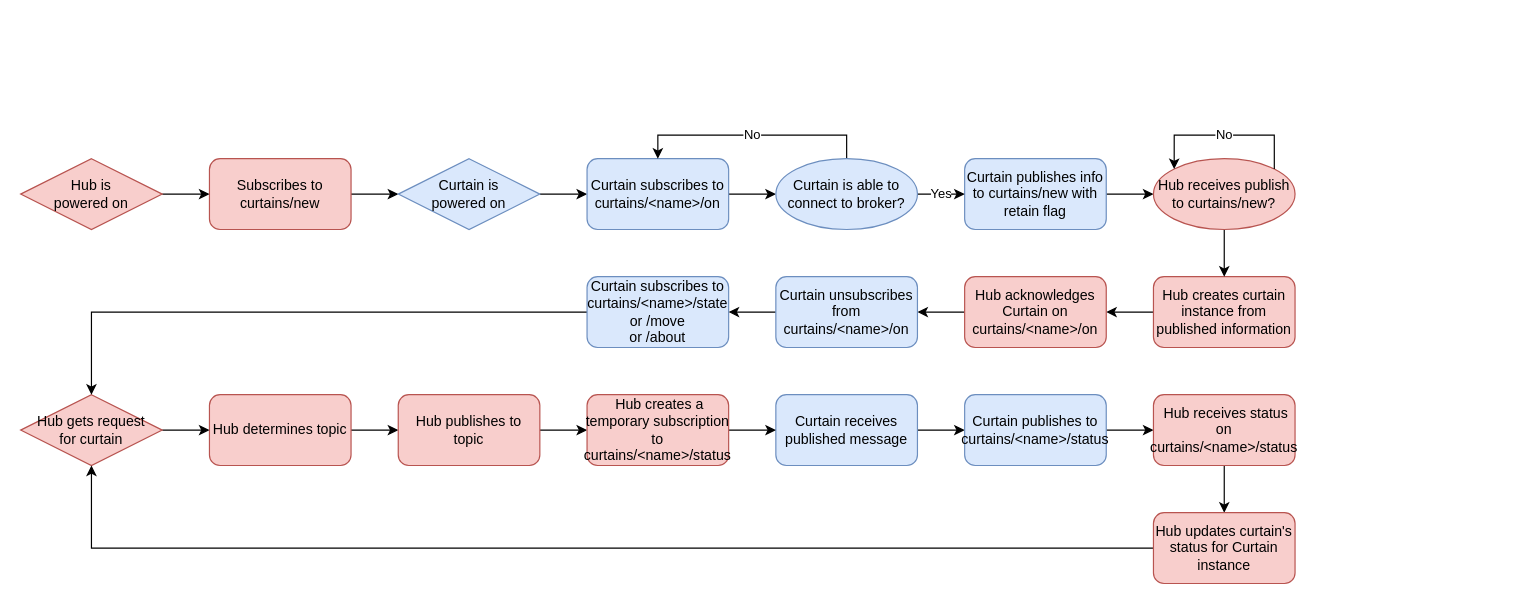
Above: Documentation/DrawIO/MQTTStateDiagram.drawio in MPZinke/SmartCurtain (draw.io), before the change. Source tidied: cells renumbered, new cells numbered last; positions are measured from the earlier drawing's top-left corner, leaving out a move shared by most shapes. Both pictures are drawn from the tidied source at 118%, with x=0, y=0 at pixel (20, 135).
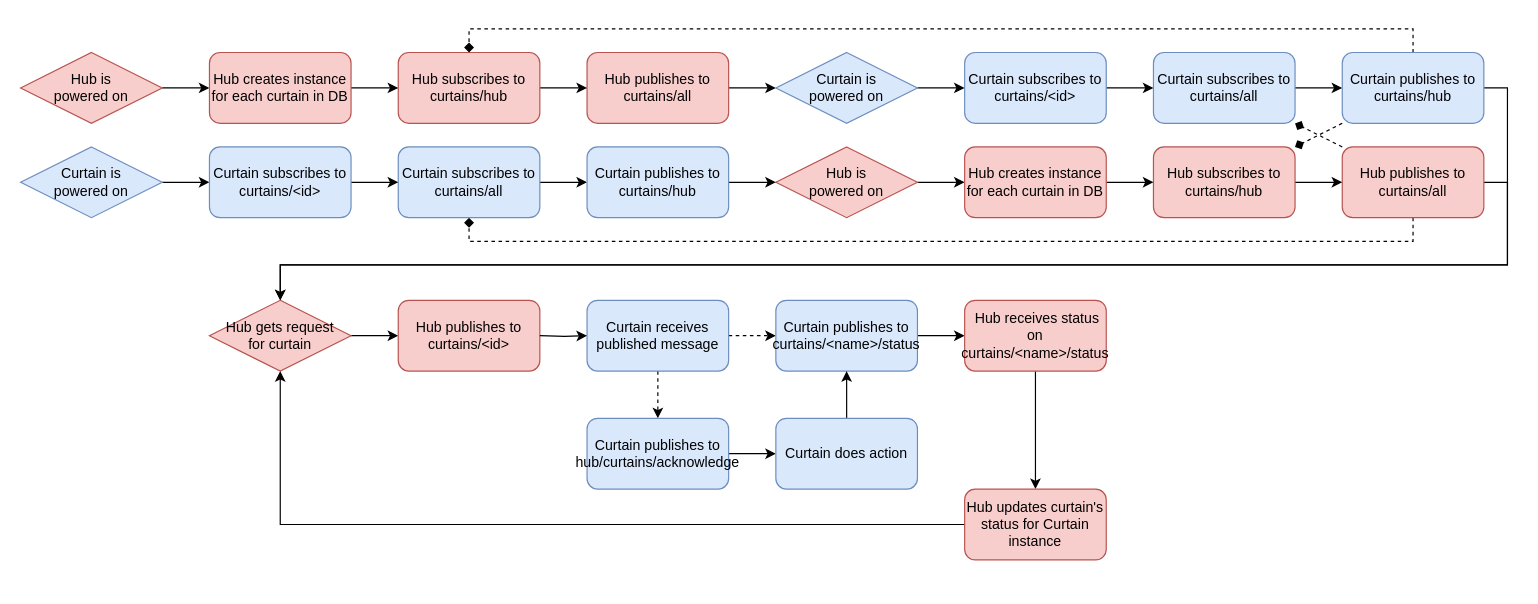
The same diagram, later.

Commit message:
Simplifies MQTT communication

Change to the diagram source:
```diff
@@
-    <mxCell id="3" value="Subscribes to curtains/new" style="rounded=1;whiteSpace=wrap;html=1;fillColor=#f8cecc;strokeColor=#b85450;" parent="1" vertex="1">
-      <mxGeometry x="160" y="20" width="120" height="60" as="geometry" />
+    <mxCell id="3" value="Hub publishes to&lt;br&gt;curtains/all" style="rounded=1;whiteSpace=wrap;html=1;fillColor=#f8cecc;strokeColor=#b85450;" parent="1" vertex="1">
+      <mxGeometry x="480" y="-70" width="120" height="60" as="geometry" />
     </mxCell>
-    <mxCell id="4" style="edgeStyle=orthogonalEdgeStyle;rounded=0;jettySize=auto;html=1;exitX=1;exitY=0.5;exitDx=0;exitDy=0;entryX=0;entryY=0.5;entryDx=0;entryDy=0;" parent="1" edge="1" source="5" target="27">
-      <mxGeometry relative="1" as="geometry" />
-    </mxCell>
-    <mxCell id="5" value="Curtain publishes info to curtains/new with retain flag" style="rounded=1;whiteSpace=wrap;html=1;fillColor=#dae8fc;strokeColor=#6c8ebf;" parent="1" vertex="1">
-      <mxGeometry x="800" y="20" width="120" height="60" as="geometry" />
-    </mxCell>
-    <mxCell id="6" style="edgeStyle=orthogonalEdgeStyle;rounded=0;jettySize=auto;html=1;exitX=1;exitY=0.5;exitDx=0;exitDy=0;entryX=0;entryY=0.5;entryDx=0;entryDy=0;" parent="1" edge="1" source="7" target="15">
-      <mxGeometry relative="1" as="geometry" />
-    </mxCell>
-    <mxCell id="7" value="Hub determines topic" style="rounded=1;whiteSpace=wrap;html=1;fillColor=#f8cecc;strokeColor=#b85450;" parent="1" vertex="1">
-      <mxGeometry x="160" y="220" width="120" height="60" as="geometry" />
-    </mxCell>
-    <mxCell id="8" style="edgeStyle=orthogonalEdgeStyle;rounded=0;jettySize=auto;html=1;exitX=1;exitY=0.5;exitDx=0;exitDy=0;entryX=0;entryY=0.5;entryDx=0;entryDy=0;" parent="1" edge="1" source="9" target="7">
-      <mxGeometry relative="1" as="geometry" />
+    <mxCell id="8" style="edgeStyle=orthogonalEdgeStyle;rounded=0;jettySize=auto;html=1;exitX=1;exitY=0.5;exitDx=0;exitDy=0;entryX=0;entryY=0.5;entryDx=0;entryDy=0;" parent="1" edge="1" source="9">
+      <mxGeometry relative="1" as="geometry">
+        <mxPoint x="320" y="170" as="targetPoint" />
+      </mxGeometry>
     </mxCell>
     <mxCell id="9" value="Hub gets request&lt;br&gt;for curtain" style="rhombus;whiteSpace=wrap;html=1;fillColor=#f8cecc;strokeColor=#b85450;" parent="1" vertex="1">
-      <mxGeometry y="220" width="120" height="60" as="geometry" />
+      <mxGeometry x="160" y="140" width="120" height="60" as="geometry" />
     </mxCell>
-    <mxCell id="10" style="edgeStyle=orthogonalEdgeStyle;rounded=0;jettySize=auto;html=1;exitX=1;exitY=0.5;exitDx=0;exitDy=0;entryX=0;entryY=0.5;entryDx=0;entryDy=0;" parent="1" edge="1" source="11" target="3">
-      <mxGeometry relative="1" as="geometry" />
-    </mxCell>
+    <mxCell id="42" style="edgeStyle=orthogonalEdgeStyle;rounded=0;jettySize=auto;html=1;exitX=1;exitY=0.5;exitDx=0;exitDy=0;entryX=0;entryY=0.5;entryDx=0;entryDy=0;" parent="1" edge="1" source="11" target="48">
+      <mxGeometry relative="1" as="geometry" />
+    </mxCell>
     <mxCell id="11" value="Hub is &lt;br&gt;powered on" style="rhombus;whiteSpace=wrap;html=1;fillColor=#f8cecc;strokeColor=#b85450;" parent="1" vertex="1">
-      <mxGeometry y="20" width="120" height="60" as="geometry" />
+      <mxGeometry y="-70" width="120" height="60" as="geometry" />
     </mxCell>
-    <mxCell id="12" style="edgeStyle=orthogonalEdgeStyle;rounded=0;jettySize=auto;html=1;exitX=1;exitY=0.5;exitDx=0;exitDy=0;entryX=0;entryY=0.5;entryDx=0;entryDy=0;" parent="1" edge="1" source="13" target="23">
-      <mxGeometry relative="1" as="geometry" />
-    </mxCell>
+    <mxCell id="43" style="edgeStyle=orthogonalEdgeStyle;rounded=0;jettySize=auto;html=1;exitX=1;exitY=0.5;exitDx=0;exitDy=0;entryX=0;entryY=0.5;entryDx=0;entryDy=0;" parent="1" edge="1" source="13" target="71">
+      <mxGeometry relative="1" as="geometry" />
+    </mxCell>
     <mxCell id="13" value="Curtain is&lt;br&gt;powered on" style="rhombus;whiteSpace=wrap;html=1;fillColor=#dae8fc;strokeColor=#6c8ebf;" parent="1" vertex="1">
-      <mxGeometry x="320" y="20" width="120" height="60" as="geometry" />
+      <mxGeometry x="640" y="-70" width="120" height="60" as="geometry" />
     </mxCell>
-    <mxCell id="14" style="edgeStyle=orthogonalEdgeStyle;rounded=0;jettySize=auto;html=1;exitX=1;exitY=0.5;exitDx=0;exitDy=0;entryX=0;entryY=0.5;entryDx=0;entryDy=0;" parent="1" edge="1" source="15" target="33">
-      <mxGeometry relative="1" as="geometry" />
-    </mxCell>
-    <mxCell id="15" value="Hub publishes to topic" style="rounded=1;whiteSpace=wrap;html=1;fillColor=#f8cecc;strokeColor=#b85450;" parent="1" vertex="1">
-      <mxGeometry x="320" y="220" width="120" height="60" as="geometry" />
+    <mxCell id="15" value="Hub publishes to curtains/&amp;lt;id&amp;gt;" style="rounded=1;whiteSpace=wrap;html=1;fillColor=#f8cecc;strokeColor=#b85450;" parent="1" vertex="1">
+      <mxGeometry x="320" y="140" width="120" height="60" as="geometry" />
     </mxCell>
+    <mxCell id="44" style="edgeStyle=orthogonalEdgeStyle;rounded=0;jettySize=auto;html=1;exitX=0.5;exitY=1;exitDx=0;exitDy=0;entryX=0.5;entryY=0;entryDx=0;entryDy=0;dashed=1;" parent="1" edge="1" source="17" target="75">
+      <mxGeometry relative="1" as="geometry" />
+    </mxCell>
-    <mxCell id="16" style="edgeStyle=orthogonalEdgeStyle;rounded=0;jettySize=auto;html=1;exitX=1;exitY=0.5;exitDx=0;exitDy=0;entryX=0;entryY=0.5;entryDx=0;entryDy=0;" parent="1" edge="1" source="17" target="35">
+    <mxCell id="16" style="edgeStyle=orthogonalEdgeStyle;rounded=0;jettySize=auto;html=1;exitX=1;exitY=0.5;exitDx=0;exitDy=0;entryX=0;entryY=0.5;entryDx=0;entryDy=0;dashed=1;" parent="1" edge="1" source="17" target="35">
       <mxGeometry relative="1" as="geometry" />
     </mxCell>
     <mxCell id="17" value="Curtain receives published message" style="rounded=1;whiteSpace=wrap;html=1;fillColor=#dae8fc;strokeColor=#6c8ebf;" parent="1" vertex="1">
-      <mxGeometry x="640" y="220" width="120" height="60" as="geometry" />
+      <mxGeometry x="480" y="140" width="120" height="60" as="geometry" />
     </mxCell>
-    <mxCell id="18" style="edgeStyle=orthogonalEdgeStyle;rounded=0;jettySize=auto;html=1;exitX=0;exitY=0.5;exitDx=0;exitDy=0;entryX=1;entryY=0.5;entryDx=0;entryDy=0;" parent="1" edge="1" source="19" target="21">
-      <mxGeometry relative="1" as="geometry" />
-    </mxCell>
-    <mxCell id="19" value="Hub creates curtain instance from published information" style="rounded=1;whiteSpace=wrap;html=1;fillColor=#f8cecc;strokeColor=#b85450;" parent="1" vertex="1">
-      <mxGeometry x="960" y="120" width="120" height="60" as="geometry" />
-    </mxCell>
-    <mxCell id="20" style="edgeStyle=orthogonalEdgeStyle;rounded=0;jettySize=auto;html=1;exitX=0;exitY=0.5;exitDx=0;exitDy=0;entryX=1;entryY=0.5;entryDx=0;entryDy=0;" parent="1" edge="1" source="21" target="41">
-      <mxGeometry relative="1" as="geometry" />
-    </mxCell>
-    <mxCell id="21" value="Hub acknowledges Curtain on curtains/&amp;lt;name&amp;gt;/on" style="rounded=1;whiteSpace=wrap;html=1;fillColor=#f8cecc;strokeColor=#b85450;" parent="1" vertex="1">
-      <mxGeometry x="800" y="120" width="120" height="60" as="geometry" />
-    </mxCell>
-    <mxCell id="22" style="edgeStyle=orthogonalEdgeStyle;rounded=0;jettySize=auto;html=1;exitX=1;exitY=0.5;exitDx=0;exitDy=0;entryX=0;entryY=0.5;entryDx=0;entryDy=0;" parent="1" edge="1" source="23" target="30">
-      <mxGeometry relative="1" as="geometry" />
-    </mxCell>
-    <mxCell id="23" value="Curtain subscribes to&lt;br&gt;curtains/&amp;lt;name&amp;gt;/on" style="rounded=1;whiteSpace=wrap;html=1;fillColor=#dae8fc;strokeColor=#6c8ebf;" parent="1" vertex="1">
-      <mxGeometry x="480" y="20" width="120" height="60" as="geometry" />
-    </mxCell>
-    <mxCell id="24" style="edgeStyle=orthogonalEdgeStyle;rounded=0;jettySize=auto;html=1;exitX=0;exitY=0.5;exitDx=0;exitDy=0;entryX=0.5;entryY=0;entryDx=0;entryDy=0;" parent="1" edge="1" source="25" target="9">
-      <mxGeometry relative="1" as="geometry" />
+    <mxCell id="24" style="edgeStyle=orthogonalEdgeStyle;rounded=0;jettySize=auto;html=1;entryX=0.5;entryY=0;entryDx=0;entryDy=0;exitX=1;exitY=0.5;exitDx=0;exitDy=0;" parent="1" edge="1" source="57" target="9">
+      <mxGeometry relative="1" as="geometry">
+        <Array as="points">
+          <mxPoint x="1260" y="40" />
+          <mxPoint x="1260" y="110" />
+          <mxPoint x="220" y="110" />
+        </Array>
+      </mxGeometry>
     </mxCell>
-    <mxCell id="25" value="Curtain subscribes to curtains/&amp;lt;name&amp;gt;/state&lt;br&gt;or /move&lt;br&gt;or /about" style="rounded=1;whiteSpace=wrap;html=1;fillColor=#dae8fc;strokeColor=#6c8ebf;" parent="1" vertex="1">
-      <mxGeometry x="480" y="120" width="120" height="60" as="geometry" />
-    </mxCell>
-    <mxCell id="26" style="edgeStyle=orthogonalEdgeStyle;rounded=0;jettySize=auto;html=1;exitX=0.5;exitY=1;exitDx=0;exitDy=0;entryX=0.5;entryY=0;entryDx=0;entryDy=0;" parent="1" edge="1" source="27" target="19">
-      <mxGeometry relative="1" as="geometry" />
-    </mxCell>
-    <mxCell id="27" value="Hub receives publish to curtains/new?" style="ellipse;whiteSpace=wrap;html=1;fillColor=#f8cecc;strokeColor=#b85450;" parent="1" vertex="1">
-      <mxGeometry x="960" y="20" width="120" height="60" as="geometry" />
-    </mxCell>
-    <mxCell id="28" value="Yes" style="edgeStyle=orthogonalEdgeStyle;rounded=0;jettySize=auto;html=1;exitX=1;exitY=0.5;exitDx=0;exitDy=0;entryX=0;entryY=0.5;entryDx=0;entryDy=0;" parent="1" edge="1" source="30" target="5">
-      <mxGeometry relative="1" as="geometry" />
-    </mxCell>
-    <mxCell id="29" value="No" style="edgeStyle=orthogonalEdgeStyle;rounded=0;jettySize=auto;html=1;exitX=0.5;exitY=0;exitDx=0;exitDy=0;entryX=0.5;entryY=0;entryDx=0;entryDy=0;" parent="1" edge="1" source="30" target="23">
-      <mxGeometry relative="1" as="geometry" />
-    </mxCell>
-    <mxCell id="30" value="Curtain is able to connect to broker?" style="ellipse;whiteSpace=wrap;html=1;fillColor=#dae8fc;strokeColor=#6c8ebf;" parent="1" vertex="1">
-      <mxGeometry x="640" y="20" width="120" height="60" as="geometry" />
-    </mxCell>
-    <mxCell id="31" value="No" style="edgeStyle=orthogonalEdgeStyle;rounded=0;orthogonalLoop=1;jettySize=auto;html=1;exitX=1;exitY=0;exitDx=0;exitDy=0;entryX=0;entryY=0;entryDx=0;entryDy=0;" parent="1" edge="1" source="27" target="27">
-      <mxGeometry relative="1" as="geometry">
-        <Array as="points">
-          <mxPoint x="1063" />
-          <mxPoint x="977" />
-        </Array>
-      </mxGeometry>
-    </mxCell>
-    <mxCell id="32" style="edgeStyle=orthogonalEdgeStyle;rounded=0;jettySize=auto;html=1;exitX=1;exitY=0.5;exitDx=0;exitDy=0;entryX=0;entryY=0.5;entryDx=0;entryDy=0;" parent="1" edge="1" source="33" target="17">
-      <mxGeometry relative="1" as="geometry" />
+    <mxCell id="32" style="edgeStyle=orthogonalEdgeStyle;rounded=0;jettySize=auto;html=1;exitX=1;exitY=0.5;exitDx=0;exitDy=0;entryX=0;entryY=0.5;entryDx=0;entryDy=0;" parent="1" edge="1" target="17">
+      <mxGeometry relative="1" as="geometry">
+        <mxPoint x="440" y="170" as="sourcePoint" />
+      </mxGeometry>
     </mxCell>
-    <mxCell id="33" value="&amp;nbsp;Hub creates a temporary subscription to curtains/&amp;lt;name&amp;gt;/status" style="rounded=1;whiteSpace=wrap;html=1;fillColor=#f8cecc;strokeColor=#b85450;" parent="1" vertex="1">
-      <mxGeometry x="480" y="220" width="120" height="60" as="geometry" />
-    </mxCell>
@@
     <mxCell id="35" value="Curtain publishes to&lt;br&gt;curtains/&amp;lt;name&amp;gt;/status" style="rounded=1;whiteSpace=wrap;html=1;fillColor=#dae8fc;strokeColor=#6c8ebf;" parent="1" vertex="1">
-      <mxGeometry x="800" y="220" width="120" height="60" as="geometry" />
+      <mxGeometry x="640" y="140" width="120" height="60" as="geometry" />
     </mxCell>
@@
     <mxCell id="37" value="&amp;nbsp;Hub receives status on curtains/&amp;lt;name&amp;gt;/status" style="rounded=1;whiteSpace=wrap;html=1;fillColor=#f8cecc;strokeColor=#b85450;" parent="1" vertex="1">
-      <mxGeometry x="960" y="220" width="120" height="60" as="geometry" />
+      <mxGeometry x="800" y="140" width="120" height="60" as="geometry" />
     </mxCell>
@@
     <mxCell id="39" value="Hub updates curtain's status for Curtain instance" style="rounded=1;whiteSpace=wrap;html=1;fillColor=#f8cecc;strokeColor=#b85450;" parent="1" vertex="1">
-      <mxGeometry x="960" y="320" width="120" height="60" as="geometry" />
+      <mxGeometry x="800" y="300" width="120" height="60" as="geometry" />
     </mxCell>
-    <mxCell id="40" style="edgeStyle=orthogonalEdgeStyle;rounded=0;jettySize=auto;html=1;exitX=0;exitY=0.5;exitDx=0;exitDy=0;entryX=1;entryY=0.5;entryDx=0;entryDy=0;" parent="1" edge="1" source="41" target="25">
-      <mxGeometry relative="1" as="geometry" />
-    </mxCell>
-    <mxCell id="41" value="Curtain unsubscribes from curtains/&amp;lt;name&amp;gt;/on" style="rounded=1;whiteSpace=wrap;html=1;fillColor=#dae8fc;strokeColor=#6c8ebf;" parent="1" vertex="1">
-      <mxGeometry x="640" y="120" width="120" height="60" as="geometry" />
-    </mxCell>
+    <mxCell id="45" style="edgeStyle=orthogonalEdgeStyle;rounded=0;jettySize=auto;html=1;exitX=1;exitY=0.5;exitDx=0;exitDy=0;entryX=0;entryY=0.5;entryDx=0;entryDy=0;" parent="1" edge="1" source="46" target="3">
+      <mxGeometry relative="1" as="geometry" />
+    </mxCell>
+    <mxCell id="46" value="Hub subscribes to curtains/hub" style="rounded=1;whiteSpace=wrap;html=1;fillColor=#f8cecc;strokeColor=#b85450;" parent="1" vertex="1">
+      <mxGeometry x="320" y="-70" width="120" height="60" as="geometry" />
+    </mxCell>
+    <mxCell id="47" style="edgeStyle=orthogonalEdgeStyle;rounded=0;jettySize=auto;html=1;exitX=1;exitY=0.5;exitDx=0;exitDy=0;" parent="1" edge="1" source="48" target="46">
+      <mxGeometry relative="1" as="geometry" />
+    </mxCell>
+    <mxCell id="48" value="Hub creates instance for each curtain in DB" style="rounded=1;whiteSpace=wrap;html=1;fillColor=#f8cecc;strokeColor=#b85450;" parent="1" vertex="1">
+      <mxGeometry x="160" y="-70" width="120" height="60" as="geometry" />
+    </mxCell>
+    <mxCell id="49" style="edgeStyle=orthogonalEdgeStyle;rounded=0;jettySize=auto;html=1;exitX=1;exitY=0.5;exitDx=0;exitDy=0;entryX=0;entryY=0.5;entryDx=0;entryDy=0;" parent="1" edge="1" source="50" target="54">
+      <mxGeometry relative="1" as="geometry" />
+    </mxCell>
+    <mxCell id="50" value="Curtain subscribes to&lt;br&gt;curtains/all" style="rounded=1;whiteSpace=wrap;html=1;fillColor=#dae8fc;strokeColor=#6c8ebf;" parent="1" vertex="1">
+      <mxGeometry x="960" y="-70" width="120" height="60" as="geometry" />
+    </mxCell>
+    <mxCell id="51" style="edgeStyle=orthogonalEdgeStyle;rounded=0;jettySize=auto;html=1;exitX=1;exitY=0.5;exitDx=0;exitDy=0;entryX=0.5;entryY=0;entryDx=0;entryDy=0;" parent="1" edge="1" source="54" target="9">
+      <mxGeometry relative="1" as="geometry">
+        <Array as="points">
+          <mxPoint x="1260" y="-40" />
+          <mxPoint x="1260" y="110" />
+          <mxPoint x="220" y="110" />
+        </Array>
+      </mxGeometry>
+    </mxCell>
+    <mxCell id="52" style="edgeStyle=orthogonalEdgeStyle;rounded=0;jettySize=auto;html=1;exitX=0.5;exitY=0;exitDx=0;exitDy=0;entryX=0.5;entryY=0;entryDx=0;entryDy=0;dashed=1;endArrow=diamond;endFill=1;" parent="1" edge="1" source="54" target="46">
+      <mxGeometry relative="1" as="geometry" />
+    </mxCell>
+    <mxCell id="53" style="rounded=0;jettySize=auto;html=1;entryX=1;entryY=0;entryDx=0;entryDy=0;dashed=1;endArrow=diamond;endFill=1;" parent="1" edge="1" target="63">
+      <mxGeometry relative="1" as="geometry">
+        <mxPoint x="1120" y="-10" as="sourcePoint" />
+      </mxGeometry>
+    </mxCell>
+    <mxCell id="54" value="Curtain publishes to curtains/hub" style="rounded=1;whiteSpace=wrap;html=1;fillColor=#dae8fc;strokeColor=#6c8ebf;" parent="1" vertex="1">
+      <mxGeometry x="1120" y="-70" width="120" height="60" as="geometry" />
+    </mxCell>
+    <mxCell id="55" style="edgeStyle=orthogonalEdgeStyle;rounded=0;jettySize=auto;html=1;exitX=0.5;exitY=1;exitDx=0;exitDy=0;entryX=0.5;entryY=1;entryDx=0;entryDy=0;dashed=1;endArrow=diamond;endFill=1;" parent="1" edge="1" source="57" target="67">
+      <mxGeometry relative="1" as="geometry" />
+    </mxCell>
+    <mxCell id="56" style="rounded=0;jettySize=auto;html=1;exitX=0;exitY=0;exitDx=0;exitDy=0;entryX=1;entryY=1;entryDx=0;entryDy=0;dashed=1;startArrow=none;startFill=0;endArrow=diamond;endFill=1;" parent="1" edge="1" source="57" target="50">
+      <mxGeometry relative="1" as="geometry" />
+    </mxCell>
+    <mxCell id="57" value="Hub publishes to&lt;br&gt;curtains/all" style="rounded=1;whiteSpace=wrap;html=1;fillColor=#f8cecc;strokeColor=#b85450;" parent="1" vertex="1">
+      <mxGeometry x="1120" y="10" width="120" height="60" as="geometry" />
+    </mxCell>
+    <mxCell id="58" style="edgeStyle=orthogonalEdgeStyle;rounded=0;jettySize=auto;html=1;exitX=1;exitY=0.5;exitDx=0;exitDy=0;entryX=0;entryY=0.5;entryDx=0;entryDy=0;" parent="1" edge="1" source="59" target="65">
+      <mxGeometry relative="1" as="geometry" />
+    </mxCell>
+    <mxCell id="59" value="Hub is &lt;br&gt;powered on" style="rhombus;whiteSpace=wrap;html=1;fillColor=#f8cecc;strokeColor=#b85450;" parent="1" vertex="1">
+      <mxGeometry x="640" y="10" width="120" height="60" as="geometry" />
+    </mxCell>
+    <mxCell id="60" style="edgeStyle=orthogonalEdgeStyle;rounded=0;jettySize=auto;html=1;exitX=1;exitY=0.5;exitDx=0;exitDy=0;entryX=0;entryY=0.5;entryDx=0;entryDy=0;" parent="1" edge="1" source="61" target="73">
+      <mxGeometry relative="1" as="geometry" />
+    </mxCell>
+    <mxCell id="61" value="Curtain is&lt;br&gt;powered on" style="rhombus;whiteSpace=wrap;html=1;fillColor=#dae8fc;strokeColor=#6c8ebf;" parent="1" vertex="1">
+      <mxGeometry y="10" width="120" height="60" as="geometry" />
+    </mxCell>
+    <mxCell id="62" style="edgeStyle=orthogonalEdgeStyle;rounded=0;jettySize=auto;html=1;exitX=1;exitY=0.5;exitDx=0;exitDy=0;entryX=0;entryY=0.5;entryDx=0;entryDy=0;" parent="1" edge="1" source="63" target="57">
+      <mxGeometry relative="1" as="geometry" />
+    </mxCell>
+    <mxCell id="63" value="Hub subscribes to curtains/hub" style="rounded=1;whiteSpace=wrap;html=1;fillColor=#f8cecc;strokeColor=#b85450;" parent="1" vertex="1">
+      <mxGeometry x="960" y="10" width="120" height="60" as="geometry" />
+    </mxCell>
+    <mxCell id="64" style="edgeStyle=orthogonalEdgeStyle;rounded=0;jettySize=auto;html=1;exitX=1;exitY=0.5;exitDx=0;exitDy=0;" parent="1" edge="1" source="65" target="63">
+      <mxGeometry relative="1" as="geometry" />
+    </mxCell>
+    <mxCell id="65" value="Hub creates instance for each curtain in DB" style="rounded=1;whiteSpace=wrap;html=1;fillColor=#f8cecc;strokeColor=#b85450;" parent="1" vertex="1">
+      <mxGeometry x="800" y="10" width="120" height="60" as="geometry" />
+    </mxCell>
+    <mxCell id="66" style="edgeStyle=orthogonalEdgeStyle;rounded=0;jettySize=auto;html=1;exitX=1;exitY=0.5;exitDx=0;exitDy=0;entryX=0;entryY=0.5;entryDx=0;entryDy=0;" parent="1" edge="1" source="67" target="69">
+      <mxGeometry relative="1" as="geometry" />
+    </mxCell>
+    <mxCell id="67" value="Curtain subscribes to&lt;br&gt;curtains/all" style="rounded=1;whiteSpace=wrap;html=1;fillColor=#dae8fc;strokeColor=#6c8ebf;" parent="1" vertex="1">
+      <mxGeometry x="320" y="10" width="120" height="60" as="geometry" />
+    </mxCell>
+    <mxCell id="68" style="edgeStyle=orthogonalEdgeStyle;rounded=0;jettySize=auto;html=1;exitX=1;exitY=0.5;exitDx=0;exitDy=0;entryX=0;entryY=0.5;entryDx=0;entryDy=0;" parent="1" edge="1" source="69" target="59">
+      <mxGeometry relative="1" as="geometry" />
+    </mxCell>
+    <mxCell id="69" value="Curtain publishes to curtains/hub" style="rounded=1;whiteSpace=wrap;html=1;fillColor=#dae8fc;strokeColor=#6c8ebf;" parent="1" vertex="1">
+      <mxGeometry x="480" y="10" width="120" height="60" as="geometry" />
+    </mxCell>
+    <mxCell id="70" style="edgeStyle=orthogonalEdgeStyle;rounded=0;jettySize=auto;html=1;exitX=1;exitY=0.5;exitDx=0;exitDy=0;entryX=0;entryY=0.5;entryDx=0;entryDy=0;" parent="1" edge="1" source="71" target="50">
+      <mxGeometry relative="1" as="geometry" />
+    </mxCell>
+    <mxCell id="71" value="Curtain subscribes to&lt;br&gt;curtains/&amp;lt;id&amp;gt;" style="rounded=1;whiteSpace=wrap;html=1;fillColor=#dae8fc;strokeColor=#6c8ebf;" parent="1" vertex="1">
+      <mxGeometry x="800" y="-70" width="120" height="60" as="geometry" />
+    </mxCell>
+    <mxCell id="72" style="edgeStyle=orthogonalEdgeStyle;rounded=0;jettySize=auto;html=1;exitX=1;exitY=0.5;exitDx=0;exitDy=0;entryX=0;entryY=0.5;entryDx=0;entryDy=0;" parent="1" edge="1" source="73" target="67">
+      <mxGeometry relative="1" as="geometry" />
+    </mxCell>
+    <mxCell id="73" value="Curtain subscribes to&lt;br&gt;curtains/&amp;lt;id&amp;gt;" style="rounded=1;whiteSpace=wrap;html=1;fillColor=#dae8fc;strokeColor=#6c8ebf;" parent="1" vertex="1">
+      <mxGeometry x="160" y="10" width="120" height="60" as="geometry" />
+    </mxCell>
+    <mxCell id="74" style="edgeStyle=orthogonalEdgeStyle;rounded=0;jettySize=auto;html=1;exitX=1;exitY=0.5;exitDx=0;exitDy=0;entryX=0;entryY=0.5;entryDx=0;entryDy=0;" parent="1" edge="1" source="75" target="77">
+      <mxGeometry relative="1" as="geometry" />
+    </mxCell>
+    <mxCell id="75" value="Curtain publishes to hub/curtains/acknowledge" style="rounded=1;whiteSpace=wrap;html=1;fillColor=#dae8fc;strokeColor=#6c8ebf;" parent="1" vertex="1">
+      <mxGeometry x="480" y="240" width="120" height="60" as="geometry" />
+    </mxCell>
+    <mxCell id="76" style="edgeStyle=orthogonalEdgeStyle;rounded=0;jettySize=auto;html=1;exitX=0.5;exitY=0;exitDx=0;exitDy=0;entryX=0.5;entryY=1;entryDx=0;entryDy=0;" parent="1" edge="1" source="77" target="35">
+      <mxGeometry relative="1" as="geometry" />
+    </mxCell>
+    <mxCell id="77" value="Curtain does action" style="rounded=1;whiteSpace=wrap;html=1;fillColor=#dae8fc;strokeColor=#6c8ebf;" parent="1" vertex="1">
+      <mxGeometry x="640" y="240" width="120" height="60" as="geometry" />
+    </mxCell>
```
